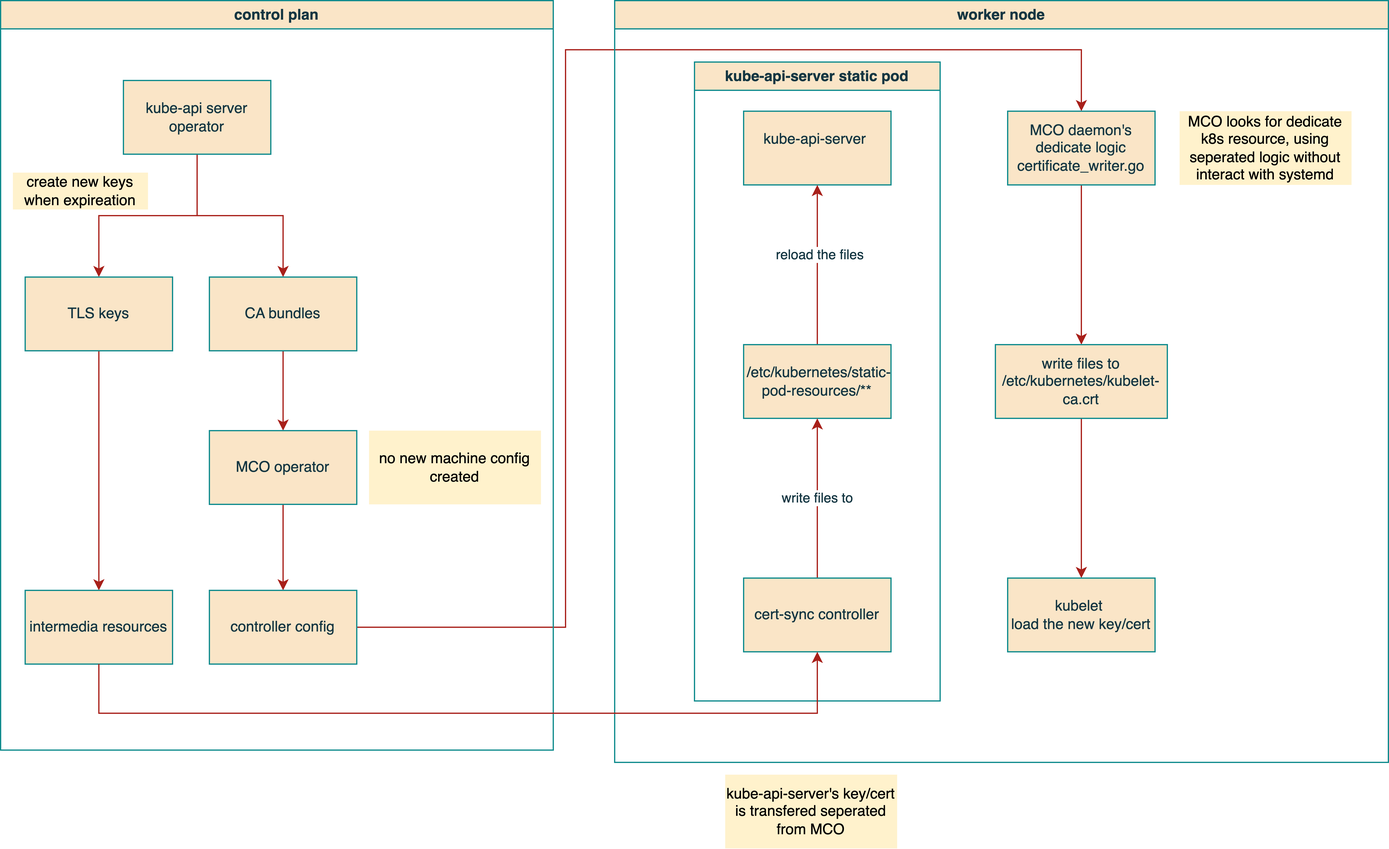
Before: redhat/ocp4/4.16/dia/cert.rotation.drawio.png, a diagram exported from draw.io (wangzheng422/docker_env). Source tidied: cells renumbered, new cells last; positions are measured from the earlier drawing's top-left corner, leaving out a move shared by most shapes.
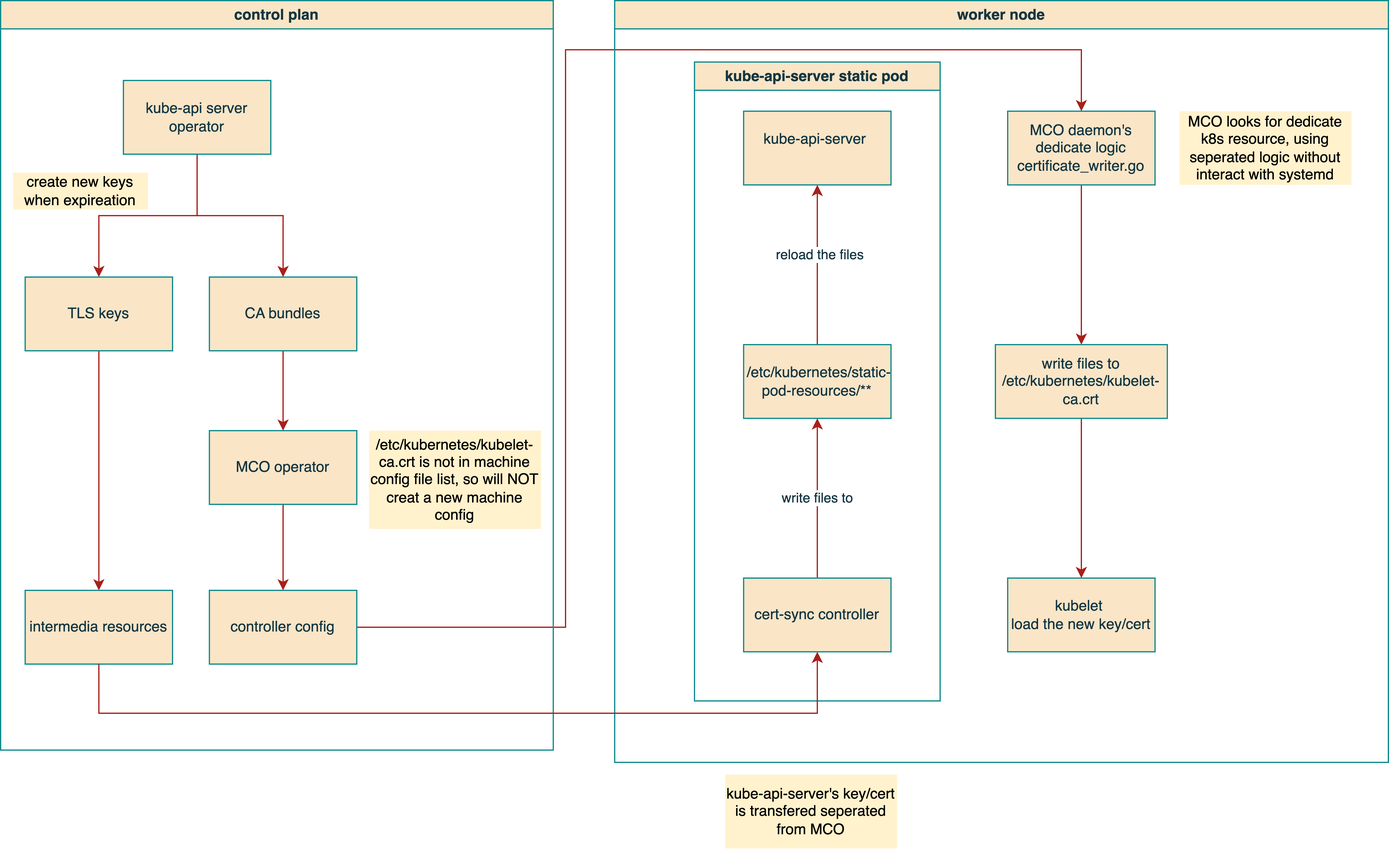
Above is the later version.

What changed in the source:
```diff
@@ -50,8 +50,8 @@
     <mxCell id="15" value="controller config" style="rounded=0;whiteSpace=wrap;html=1;labelBackgroundColor=none;fillColor=#FAE5C7;strokeColor=#0F8B8D;fontColor=#143642;" parent="3" vertex="1">
       <mxGeometry x="170" y="480" width="120" height="60" as="geometry" />
     </mxCell>
-    <mxCell id="16" value="no new machine config created" style="text;html=1;align=center;verticalAlign=middle;whiteSpace=wrap;rounded=0;fillColor=#fff2cc;strokeColor=none;labelBackgroundColor=none;" parent="3" vertex="1">
-      <mxGeometry x="300" y="350" width="140" height="60" as="geometry" />
+    <mxCell id="16" value="&lt;span style=&quot;color: rgb(0, 0, 0);&quot;&gt;/etc/kubernetes/kubelet-ca.crt is not in machine config file list, so will NOT creat a new machine config&lt;/span&gt;" style="text;html=1;align=center;verticalAlign=middle;whiteSpace=wrap;rounded=0;fillColor=#fff2cc;strokeColor=none;labelBackgroundColor=none;" parent="3" vertex="1">
+      <mxGeometry x="300" y="350" width="140" height="80" as="geometry" />
     </mxCell>
     <mxCell id="17" value="worker node" style="swimlane;whiteSpace=wrap;html=1;strokeColor=#0F8B8D;fontColor=#143642;fillColor=#FAE5C7;rounded=0;labelBackgroundColor=none;" parent="1" vertex="1">
       <mxGeometry x="500" width="630" height="620" as="geometry" />
```
